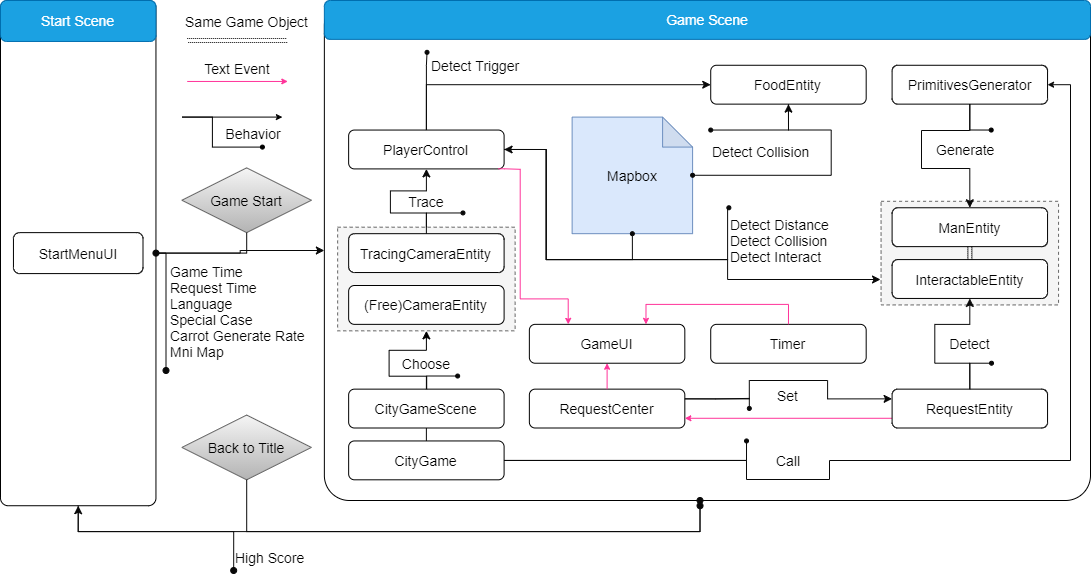
Earlier version of the draw.io export screenshot/Structure.png (assistantor/icg2020_final). Source tidied: cells renumbered, new cells last; positions are measured from the earlier drawing's top-left corner, leaving out a move shared by most shapes.
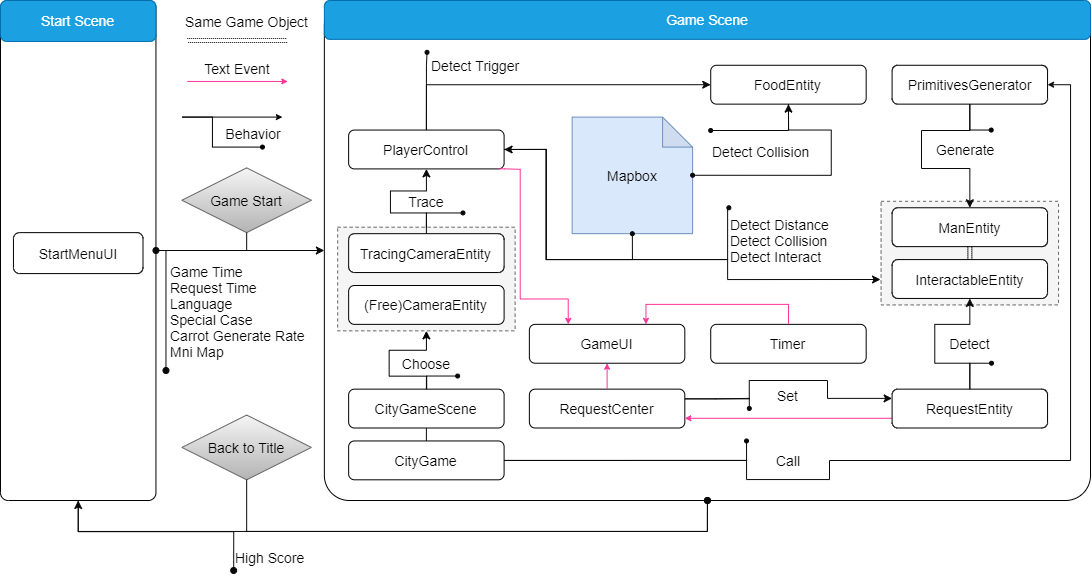
The same diagram one commit later.

Diff of the diagram source:
```diff
@@ -311,7 +311,7 @@
       <mxGeometry x="382.8" y="349.8" width="86.1" height="25.9" as="geometry" />
     </mxCell>
     <mxCell id="61" style="rounded=1;whiteSpace=wrap;html=1;fontSize=14;arcSize=5;" parent="2" vertex="1">
-      <mxGeometry width="155.5" height="505.2" as="geometry" />
+      <mxGeometry width="155.4" height="500" as="geometry" />
     </mxCell>
     <mxCell id="62" value="Start Scene" style="rounded=1;whiteSpace=wrap;html=1;fontSize=14;fillColor=#1ba1e2;strokeColor=#006EAF;fontColor=#ffffff;" parent="2" vertex="1">
       <mxGeometry width="155.5" height="41" as="geometry" />
@@ -319,12 +319,11 @@
     <mxCell id="63" value="StartMenuUI" style="rounded=1;whiteSpace=wrap;html=1;fontSize=14;" parent="2" vertex="1">
       <mxGeometry x="13" y="232.1" width="129.5" height="41" as="geometry" />
     </mxCell>
-    <mxCell id="64" style="edgeStyle=orthogonalEdgeStyle;rounded=0;jettySize=auto;html=1;fontSize=14;fontColor=#030303;startArrow=none;startFill=0;endArrow=oval;endFill=1;strokeColor=#080808;" parent="2" edge="1" source="10">
+    <mxCell id="64" style="edgeStyle=orthogonalEdgeStyle;rounded=0;jettySize=auto;html=1;fontSize=14;fontColor=#030303;startArrow=none;startFill=0;endArrow=oval;endFill=1;strokeColor=#080808;entryX=0.5;entryY=1;entryDx=0;entryDy=0;" parent="2" edge="1" source="10" target="7">
       <mxGeometry as="geometry">
-        <mxPoint x="699.5" y="505.2" as="targetPoint" />
         <Array as="points">
-          <mxPoint x="246.1" y="531.1" />
-          <mxPoint x="699.5" y="531.1" />
+          <mxPoint x="246" y="531" />
+          <mxPoint x="707" y="531" />
         </Array>
       </mxGeometry>
     </mxCell>
@@ -334,7 +333,7 @@
     <mxCell id="66" style="edgeStyle=orthogonalEdgeStyle;rounded=0;jettySize=auto;html=1;fontSize=14;fontColor=#030303;startArrow=none;startFill=0;endArrow=oval;endFill=1;strokeColor=#080808;entryX=1;entryY=0.5;entryDx=0;entryDy=0;" parent="2" edge="1" source="9" target="61">
       <mxGeometry as="geometry">
         <Array as="points">
-          <mxPoint x="246.1" y="252.6" />
+          <mxPoint x="246" y="250" />
         </Array>
       </mxGeometry>
     </mxCell>
@@ -346,14 +345,14 @@
         </Array>
       </mxGeometry>
     </mxCell>
-    <mxCell id="68" style="edgeStyle=orthogonalEdgeStyle;rounded=0;jettySize=auto;html=1;entryX=0;entryY=0.5;entryDx=0;entryDy=0;fontSize=14;fontColor=#030303;startArrow=none;startFill=0;endArrow=classic;endFill=1;strokeColor=#080808;" parent="2" edge="1" source="61" target="7">
+    <mxCell id="68" style="edgeStyle=orthogonalEdgeStyle;rounded=0;jettySize=auto;html=1;entryX=0;entryY=0.5;entryDx=0;entryDy=0;fontSize=14;fontColor=#030303;startArrow=none;startFill=0;endArrow=classic;endFill=1;strokeColor=#080808;exitX=1;exitY=0.5;exitDx=0;exitDy=0;" parent="2" edge="1" source="61" target="7">
       <mxGeometry as="geometry" />
     </mxCell>
-    <mxCell id="69" style="edgeStyle=orthogonalEdgeStyle;rounded=0;jettySize=auto;html=1;entryX=0.5;entryY=1;entryDx=0;entryDy=0;fontSize=14;fontColor=#030303;startArrow=oval;startFill=1;endArrow=classic;endFill=1;strokeColor=#080808;" parent="2" edge="1" source="7" target="61">
+    <mxCell id="69" style="edgeStyle=orthogonalEdgeStyle;rounded=0;jettySize=auto;html=1;entryX=0.5;entryY=1;entryDx=0;entryDy=0;fontSize=14;fontColor=#030303;startArrow=oval;startFill=1;endArrow=classic;endFill=1;strokeColor=#080808;exitX=0.5;exitY=1;exitDx=0;exitDy=0;" parent="2" edge="1" source="7" target="61">
       <mxGeometry as="geometry">
         <Array as="points">
-          <mxPoint x="699.5" y="531.1" />
-          <mxPoint x="77.7" y="531.1" />
+          <mxPoint x="707" y="531" />
+          <mxPoint x="78" y="531" />
         </Array>
       </mxGeometry>
     </mxCell>
```
